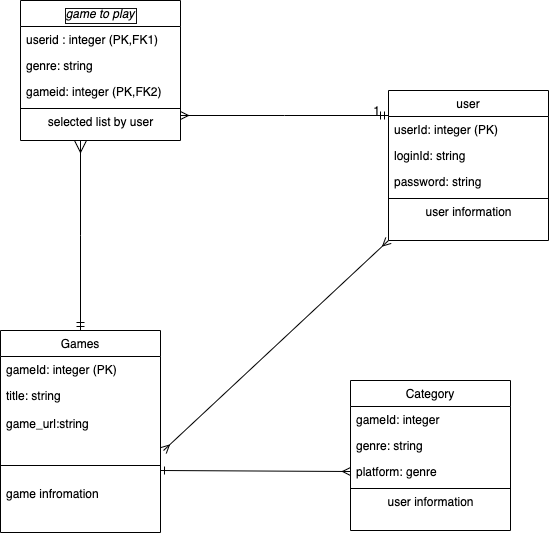
marzo20/project-2-Freegames keeps this draw.io diagram as ERD.png. Above is the earlier version. Source tidied: cells renumbered, new cells last; positions are measured from the earlier drawing's top-left corner, leaving out a move shared by most shapes.
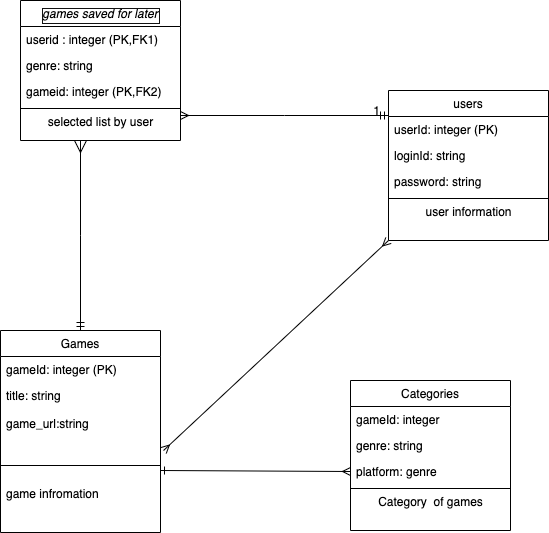
After the commit.

Change to the diagram source:
```diff
@@ -2,7 +2,7 @@
   <root>
     <mxCell id="0" />
     <mxCell id="1" parent="0" />
-    <mxCell id="2" value="game to play" style="swimlane;fontStyle=2;align=center;verticalAlign=top;horizontal=1;startSize=26;rounded=0;shadow=0;strokeWidth=1;fontColor=#000000;labelBorderColor=#121212;" parent="1" vertex="1">
+    <mxCell id="2" value="games saved for later" style="swimlane;fontStyle=2;align=center;verticalAlign=top;horizontal=1;startSize=26;rounded=0;shadow=0;strokeWidth=1;fontColor=#000000;labelBorderColor=#121212;" parent="1" vertex="1">
       <mxGeometry x="20" width="160" height="140" as="geometry" />
     </mxCell>
     <mxCell id="3" value="userid : integer (PK,FK1)" style="text;align=left;verticalAlign=top;spacingLeft=4;spacingRight=4;overflow=hidden;fontColor=#000000;" parent="2" vertex="1">
@@ -42,7 +42,7 @@
         </Array>
       </mxGeometry>
     </mxCell>
-    <mxCell id="14" value="user" style="swimlane;fontStyle=0;align=center;verticalAlign=top;horizontal=1;startSize=26;rounded=0;shadow=0;strokeWidth=1;fontColor=#000000;" parent="1" vertex="1">
+    <mxCell id="14" value="users" style="swimlane;fontStyle=0;align=center;verticalAlign=top;horizontal=1;startSize=26;rounded=0;shadow=0;strokeWidth=1;fontColor=#000000;" parent="1" vertex="1">
       <mxGeometry x="388" y="90" width="160" height="150" as="geometry" />
     </mxCell>
     <mxCell id="15" value="userId: integer (PK)" style="text;align=left;verticalAlign=top;spacingLeft=4;spacingRight=4;overflow=hidden;fontColor=#000000;" parent="14" vertex="1">
@@ -73,7 +73,7 @@
     <mxCell id="22" style="endArrow=ERmany;html=1;rounded=0;exitX=1.019;exitY=1;exitDx=0;exitDy=0;exitPerimeter=0;entryX=0;entryY=1;entryDx=0;entryDy=0;startArrow=ERmany;startFill=0;endFill=0;" parent="1" edge="1" source="10" target="14">
       <mxGeometry relative="1" as="geometry" />
     </mxCell>
-    <mxCell id="23" value="Category" style="swimlane;fontStyle=0;align=center;verticalAlign=top;horizontal=1;startSize=26;rounded=0;shadow=0;strokeWidth=1;fontColor=#000000;" parent="1" vertex="1">
+    <mxCell id="23" value="Categories" style="swimlane;fontStyle=0;align=center;verticalAlign=top;horizontal=1;startSize=26;rounded=0;shadow=0;strokeWidth=1;fontColor=#000000;" parent="1" vertex="1">
       <mxGeometry x="350" y="380" width="160" height="150" as="geometry" />
     </mxCell>
     <mxCell id="24" value="gameId: integer" style="text;align=left;verticalAlign=top;spacingLeft=4;spacingRight=4;overflow=hidden;fontColor=#000000;" parent="23" vertex="1">
@@ -88,7 +88,7 @@
     <mxCell id="27" style="line;html=1;strokeWidth=1;align=left;verticalAlign=middle;spacingTop=-1;spacingLeft=3;spacingRight=3;labelPosition=right;fontColor=#000000;" parent="23" vertex="1">
       <mxGeometry y="104" width="160" height="8" as="geometry" />
     </mxCell>
-    <mxCell id="28" value="user information" style="text;html=1;align=center;verticalAlign=middle;strokeColor=none;fillColor=none;fontColor=#000000;" parent="23" vertex="1">
+    <mxCell id="28" value="Category&amp;nbsp; of games" style="text;html=1;align=center;verticalAlign=middle;strokeColor=none;fillColor=none;fontColor=#000000;" parent="23" vertex="1">
       <mxGeometry y="112" width="160" height="20" as="geometry" />
     </mxCell>
     <mxCell id="29" style="endArrow=ERmany;html=1;rounded=0;entryX=0;entryY=0.5;entryDx=0;entryDy=0;startArrow=ERone;startFill=0;endFill=0;" parent="1" edge="1" target="26">
```
